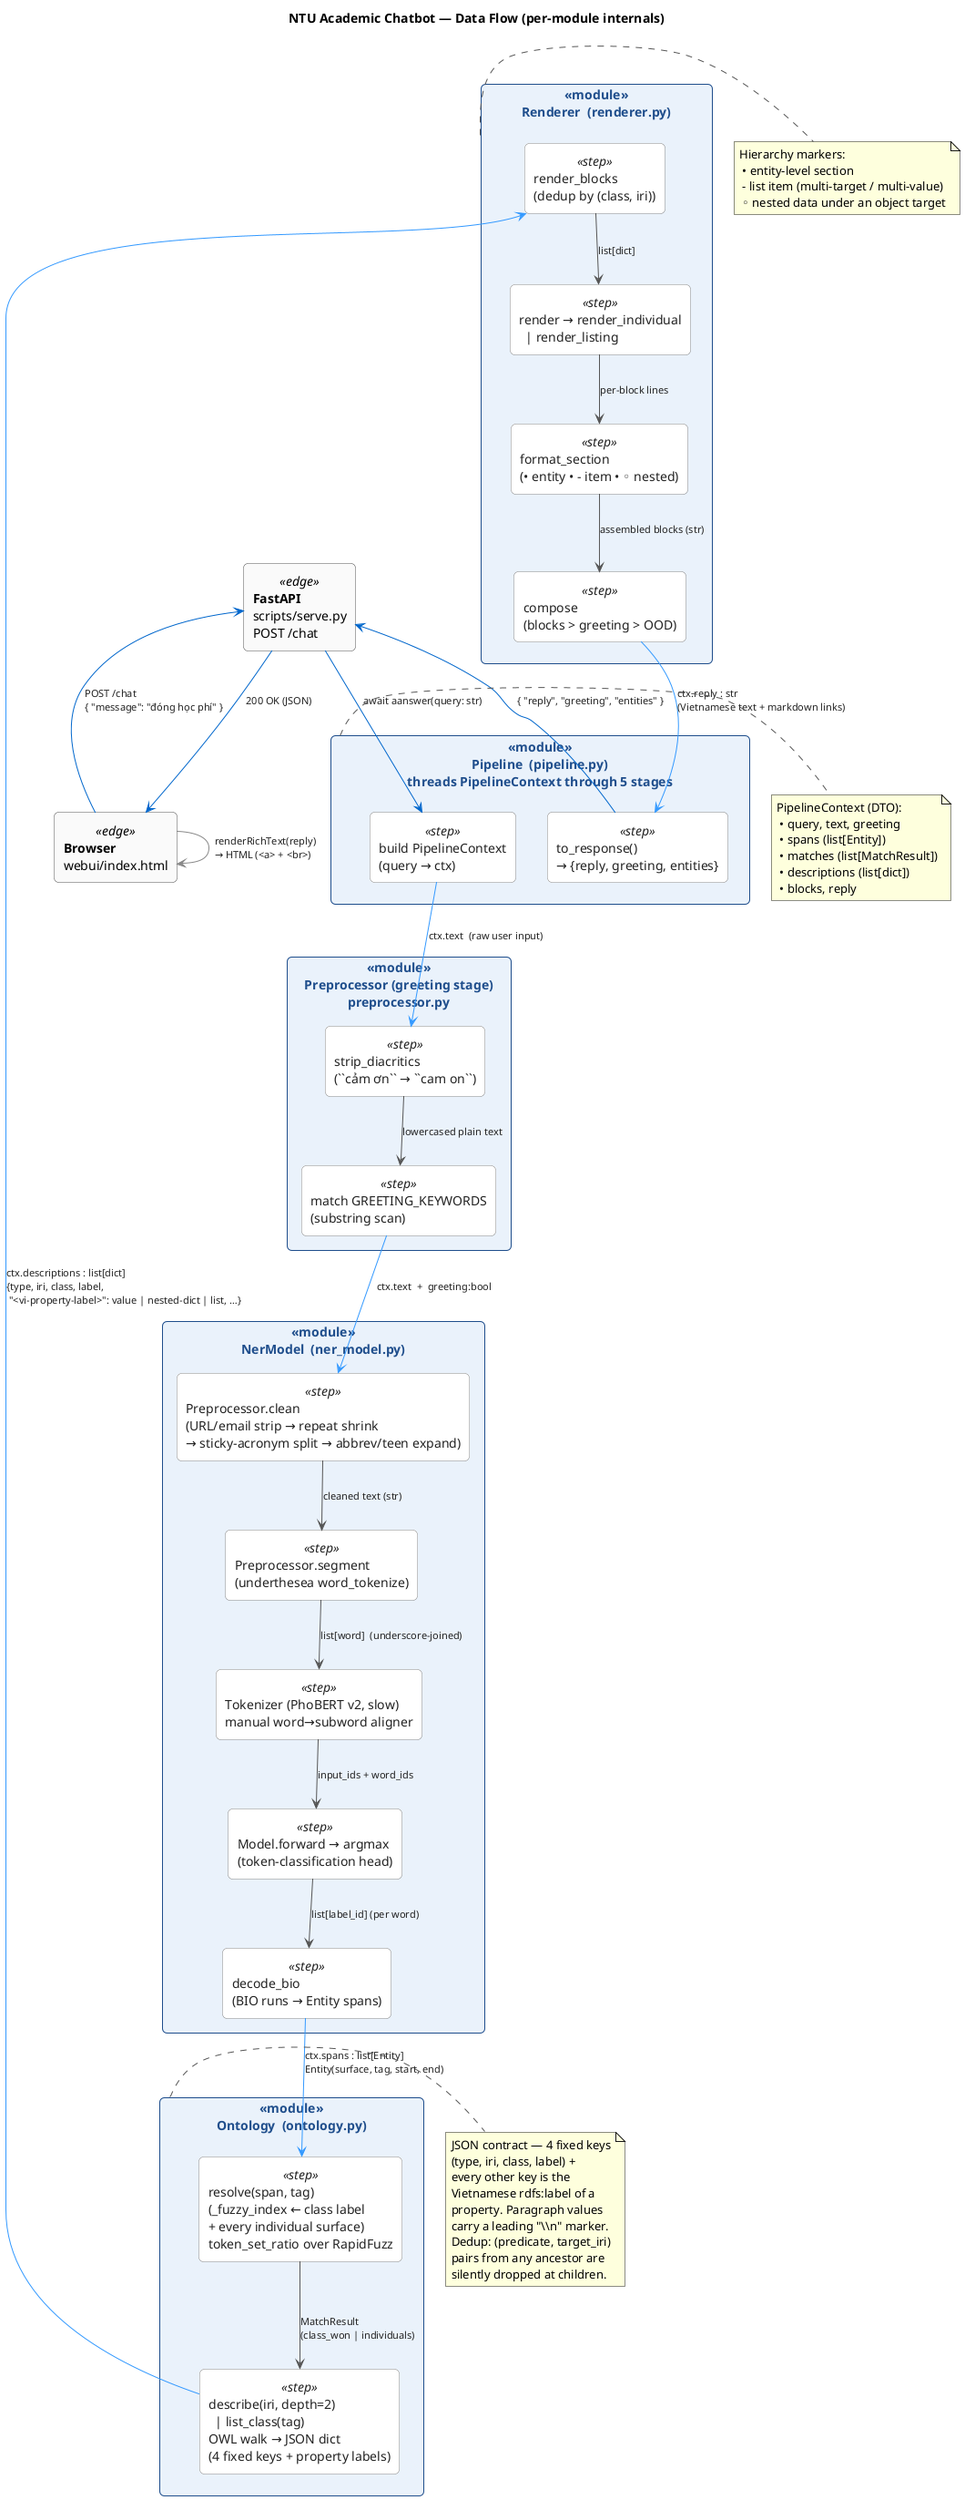
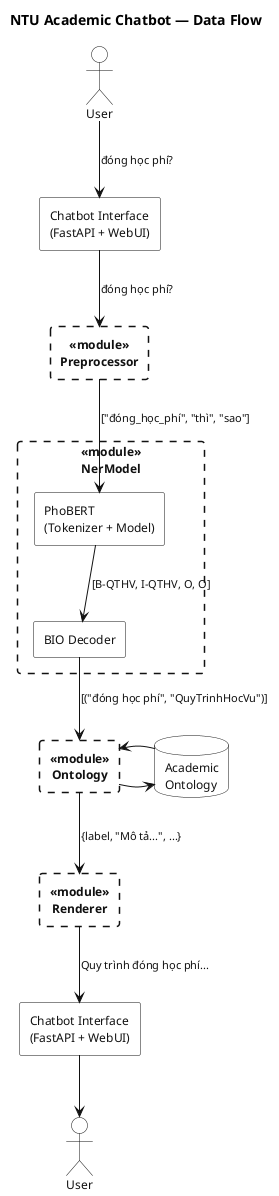
@startuml ontchatbot-data-flow
- ' Data flow as it actually moves through each module's internal stages.
- ' Outer rectangle = a module (a top-level singleton); inner rectangle = a
- ' real step inside that module. Edge labels carry the *shape of the data*
- ' arriving at the next step, so reading top-to-bottom matches one /chat
- ' request from the user's keystroke to the rendered reply.

- title NTU Academic Chatbot — Data Flow (per-module internals)
+ ' Vertical waterfall DFD: user query travels top→bottom through the
+ ' Chatbot Interface (the FastAPI + WebUI gateway) and the four core
+ ' pipeline modules — Preprocessor, NerModel, Ontology, Renderer — each
+ ' shown as a dashed-border box to mark them as the engine. Solid boxes
+ ' hold the I/O gateway, the user, and the ontology data store. Edge
+ ' labels carry sample-shaped data (not full JSON) so a reader can see
+ ' how the message changes as it crosses each module boundary.

- skinparam defaultTextAlignment left
+ title NTU Academic Chatbot — Data Flow
+ 
+ skinparam backgroundColor #FFFFFF
skinparam shadowing false
- skinparam backgroundColor #FFFFFF
- skinparam ArrowColor #555
- skinparam ArrowFontColor #222
+ skinparam defaultFontSize 12
+ skinparam ArrowColor #111111
+ skinparam ArrowFontColor #111111
skinparam ArrowFontSize 11
- skinparam rectangle {
-     BackgroundColor<<module>>  #EAF2FB
-     BorderColor<<module>>      #1F4E8C
-     FontColor<<module>>        #1F4E8C
-     FontStyle<<module>>        bold
-     BackgroundColor<<step>>    #FFFFFF
-     BorderColor<<step>>        #888
-     FontColor<<step>>          #222
-     BackgroundColor<<edge>>    #FAFAFA
-     BorderColor<<edge>>        #555
-     RoundCorner                10
+ 
+ skinparam actor {
+     BackgroundColor #FFFFFF
+     BorderColor     #111111
+     FontColor       #111111
}

- ' ==========================================================
- ' Edge nodes — Browser & FastAPI shell
- ' ==========================================================
- rectangle "**Browser**\nwebui/index.html" as UI <<edge>>
- rectangle "**FastAPI**\nscripts/serve.py\nPOST /chat" as API <<edge>>
- 
- ' ==========================================================
- ' Pipeline — the orchestrator that threads PipelineContext
- ' through every other module in order.
- ' ==========================================================
- rectangle "**Pipeline**  (pipeline.py)\nthreads PipelineContext through 5 stages" as PIPE <<module>> {
-     rectangle "build PipelineContext\n(query → ctx)" as PIPE_INIT <<step>>
-     rectangle "to_response()\n→ {reply, greeting, entities}" as PIPE_OUT <<step>>
+ skinparam rectangle {
+     BackgroundColor #FFFFFF
+     BorderColor     #111111
+     FontColor       #111111
+     RoundCorner     4
}

- ' ==========================================================
- ' Preprocessor — used twice: greeting heuristic in Pipeline,
- ' AND the full clean()+segment() chain inside NerModel before
- ' tokenisation.
- ' ==========================================================
- rectangle "**Preprocessor (greeting stage)**\npreprocessor.py" as PRE_G <<module>> {
-     rectangle "strip_diacritics\n(``cảm ơn`` → ``cam on``)" as PRE_G_STRIP <<step>>
-     rectangle "match GREETING_KEYWORDS\n(substring scan)" as PRE_G_MATCH <<step>>
-     PRE_G_STRIP -down-> PRE_G_MATCH : lowercased plain text
+ ' The four core pipeline modules — dashed border + bold title to call
+ ' them out as the engine, distinct from the I/O gateway and data store.
+ skinparam rectangle<<module>> {
+     BorderStyle     dashed
+     BorderThickness 1.5
+     FontStyle       bold
+     RoundCorner     6
}

- ' ==========================================================
- ' NerModel — PhoBERT NER. Calls Preprocessor.clean / segment
- ' as its own first stages, then tokenizes, runs the model,
- ' and decodes BIO into Entity dataclasses.
- ' ==========================================================
- rectangle "**NerModel**  (ner_model.py)" as NER <<module>> {
-     rectangle "Preprocessor.clean\n(URL/email strip → repeat shrink\n→ sticky-acronym split → abbrev/teen expand)" as NER_CLEAN <<step>>
-     rectangle "Preprocessor.segment\n(underthesea word_tokenize)" as NER_SEG <<step>>
-     rectangle "Tokenizer (PhoBERT v2, slow)\nmanual word→subword aligner" as NER_TOK <<step>>
-     rectangle "Model.forward → argmax\n(token-classification head)" as NER_FWD <<step>>
-     rectangle "decode_bio\n(BIO runs → Entity spans)" as NER_DEC <<step>>
-     NER_CLEAN -down-> NER_SEG : cleaned text (str)
-     NER_SEG   -down-> NER_TOK : list[word]  (underscore-joined)
-     NER_TOK   -down-> NER_FWD : input_ids + word_ids
-     NER_FWD   -down-> NER_DEC : list[label_id] (per word)
+ skinparam database {
+     BackgroundColor #FFFFFF
+     BorderColor     #111111
+     FontColor       #111111
}

- ' ==========================================================
- ' Ontology — owlready2 repository. Either fuzzy-resolves a
- ' span to individuals OR (when class-level) lists all
- ' instances; describe() then walks the OWL into a JSON dict.
- ' ==========================================================
- rectangle "**Ontology**  (ontology.py)" as ONTO <<module>> {
-     rectangle "resolve(span, tag)\n(_fuzzy_index ← class label\n+ every individual surface)\ntoken_set_ratio over RapidFuzz" as ONTO_RES <<step>>
-     rectangle "describe(iri, depth=2)\n  | list_class(tag)\nOWL walk → JSON dict\n(4 fixed keys + property labels)" as ONTO_DESC <<step>>
-     ONTO_RES -down-> ONTO_DESC : MatchResult\n(class_won | individuals)
+ ' === User → Interface (top entry) ===
+ actor "User" as USER_IN
+ 
+ rectangle "Chatbot Interface\n(FastAPI + WebUI)" as CI_IN
+ 
+ ' === 4 core modules of the pipeline ===
+ rectangle "Preprocessor" as PRE <<module>>
+ 
+ rectangle "NerModel" as NER <<module>> {
+     rectangle "PhoBERT\n(Tokenizer + Model)" as NER_FWD
+     rectangle "BIO Decoder" as NER_DEC
+     NER_FWD -down-> NER_DEC : [B-QTHV, I-QTHV, O, O]
}

- ' ==========================================================
- ' Renderer — JSON dict → Vietnamese chat text. No owlready2.
- ' Three markers (•, -, ◦) carry the visual hierarchy.
- ' ==========================================================
- rectangle "**Renderer**  (renderer.py)" as REND <<module>> {
-     rectangle "render_blocks\n(dedup by (class, iri))" as REND_BLK <<step>>
-     rectangle "render → render_individual\n  | render_listing" as REND_REND <<step>>
-     rectangle "format_section\n(• entity • - item • ◦ nested)" as REND_FMT <<step>>
-     rectangle "compose\n(blocks > greeting > OOD)" as REND_CMP <<step>>
-     REND_BLK  -down-> REND_REND : list[dict]
-     REND_REND -down-> REND_FMT  : per-block lines
-     REND_FMT  -down-> REND_CMP  : assembled blocks (str)
- }
+ rectangle "Ontology" as ONTO <<module>>

- ' ==========================================================
- ' Inter-module hops — top-to-bottom timeline of one /chat
- ' request. Edge labels carry the actual data shape that
- ' arrives at the next module.
- ' ==========================================================
- UI       -[#0066CC]->     API        : POST /chat\n{ "message": "đóng học phí" }
- API      -[#0066CC]->     PIPE_INIT  : await aanswer(query: str)
+ rectangle "Renderer" as REND <<module>>

- PIPE_INIT -[#3399FF]->    PRE_G_STRIP : ctx.text  (raw user input)
- PRE_G_MATCH -[#3399FF]->  NER_CLEAN   : ctx.text  +  greeting:bool
+ ' === Data store ===
+ database "Academic\nOntology" as DB

- NER_DEC  -[#3399FF]->     ONTO_RES    : ctx.spans : list[Entity]\nEntity(surface, tag, start, end)
+ ' === Renderer → Interface → User (bottom exit) ===
+ rectangle "Chatbot Interface\n(FastAPI + WebUI)" as CI_OUT

- ONTO_DESC -[#3399FF]->    REND_BLK    : ctx.descriptions : list[dict]\n{type, iri, class, label,\n "<vi-property-label>": value | nested-dict | list, …}
+ actor "User" as USER_OUT

- REND_CMP -[#3399FF]->     PIPE_OUT    : ctx.reply : str\n(Vietnamese text + markdown links)
- 
- PIPE_OUT -[#0066CC]->     API         : { "reply", "greeting", "entities" }
- API      -[#0066CC]->     UI          : 200 OK (JSON)
- UI       -[#888]->        UI          : renderRichText(reply)\n→ HTML (<a> + <br>)
- 
- ' ==========================================================
- ' Reference notes — kept terse so the diagram stays readable.
- ' ==========================================================
- note right of PIPE
-   PipelineContext (DTO):
-    • query, text, greeting
-    • spans (list[Entity])
-    • matches (list[MatchResult])
-    • descriptions (list[dict])
-    • blocks, reply
- end note
- 
- note right of ONTO
-   JSON contract — 4 fixed keys
-   (type, iri, class, label) +
-   every other key is the
-   Vietnamese rdfs:label of a
-   property. Paragraph values
-   carry a leading "\\n" marker.
-   Dedup: (predicate, target_iri)
-   pairs from any ancestor are
-   silently dropped at children.
- end note
- 
- note right of REND
-   Hierarchy markers:
-    • entity-level section
-    - list item (multi-target / multi-value)
-    ◦ nested data under an object target
- end note
+ ' === Waterfall edges with sample-shape labels ===
+ USER_IN -down-> CI_IN   : "đóng học phí?"
+ CI_IN   -down-> PRE     : "đóng học phí?"
+ PRE     -down-> NER_FWD : ["đóng_học_phí", "thì", "sao"]
+ NER_DEC -down-> ONTO    : [("đóng học phí", "QuyTrinhHocVu")]
+ ONTO    -right-> DB
+ DB      -left->  ONTO
+ ONTO    -down-> REND    : {label, "Mô tả...", ...}
+ REND    -down-> CI_OUT  : "Quy trình đóng học phí..."
+ CI_OUT  -down-> USER_OUT

@enduml
